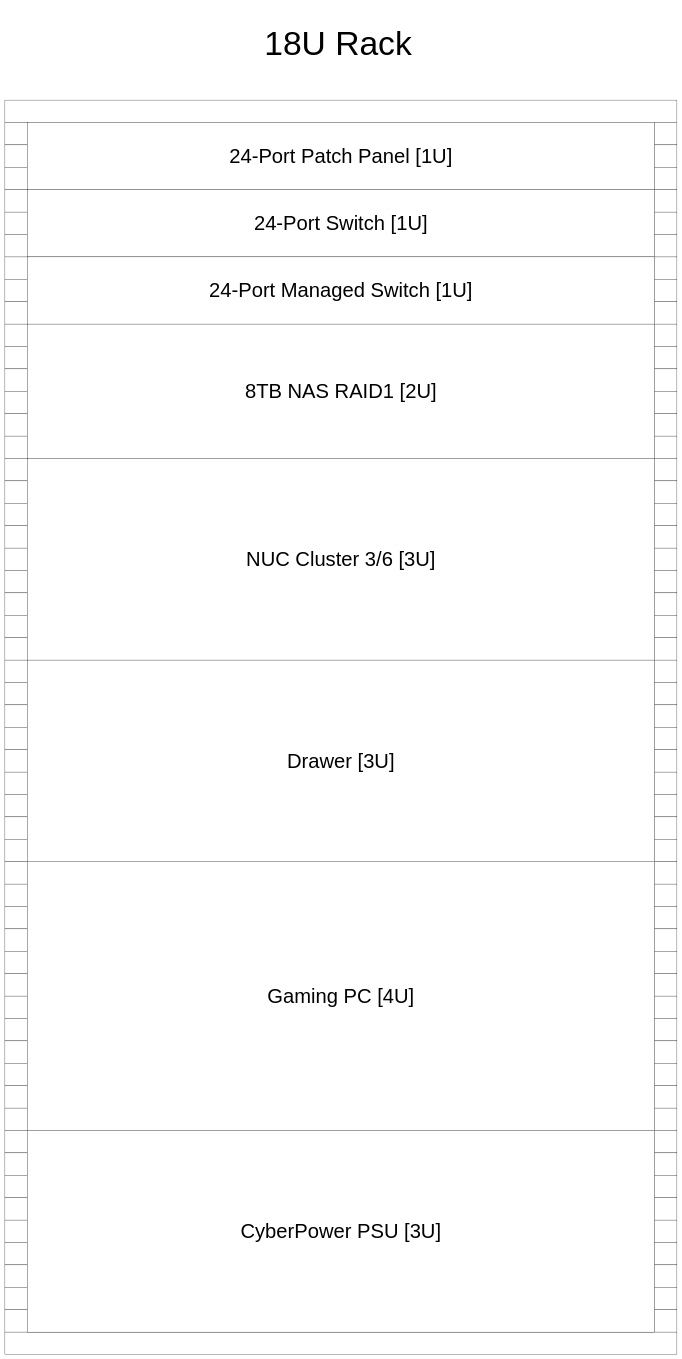
This is docs/diagrams/homelab_hardware.drawio from j6nca/notes, a draw.io file, before an edit. Source tidied: cells renumbered, new cells numbered last; positions are measured from the earlier drawing's top-left corner, leaving out a move shared by most shapes. Both pictures are drawn from the tidied source at 28%, with x=0, y=0 at pixel (5, 5).
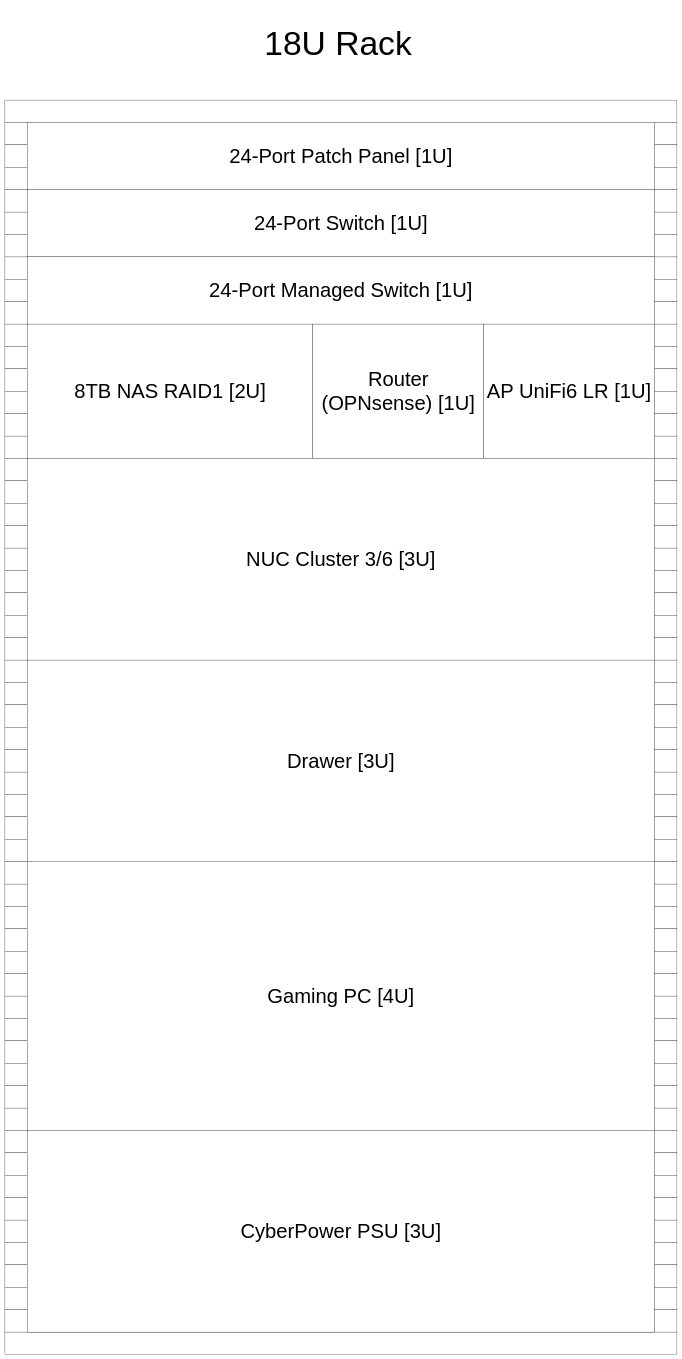
After the change.

Diff of the diagram source:
```diff
@@
     <mxCell id="118" value="&lt;font style=&quot;font-size: 72px;&quot;&gt;8TB NAS RAID1&amp;nbsp;[2U]&lt;/font&gt;" style="rounded=0;whiteSpace=wrap;html=1;" parent="1" vertex="1">
-      <mxGeometry x="80" y="1140" width="2240" height="480" as="geometry" />
+      <mxGeometry x="80" y="1140" width="1020" height="480" as="geometry" />
     </mxCell>
@@
+    <mxCell id="121" value="&lt;font style=&quot;font-size: 72px;&quot;&gt;Router (OPNsense)&amp;nbsp;[1U]&lt;/font&gt;" style="rounded=0;whiteSpace=wrap;html=1;" parent="1" vertex="1">
+      <mxGeometry x="1100" y="1140" width="610" height="480" as="geometry" />
+    </mxCell>
+    <mxCell id="122" value="&lt;font style=&quot;font-size: 72px;&quot;&gt;AP UniFi6 LR&amp;nbsp;[1U]&lt;/font&gt;" style="rounded=0;whiteSpace=wrap;html=1;" parent="1" vertex="1">
+      <mxGeometry x="1710" y="1140" width="610" height="480" as="geometry" />
+    </mxCell>
```
